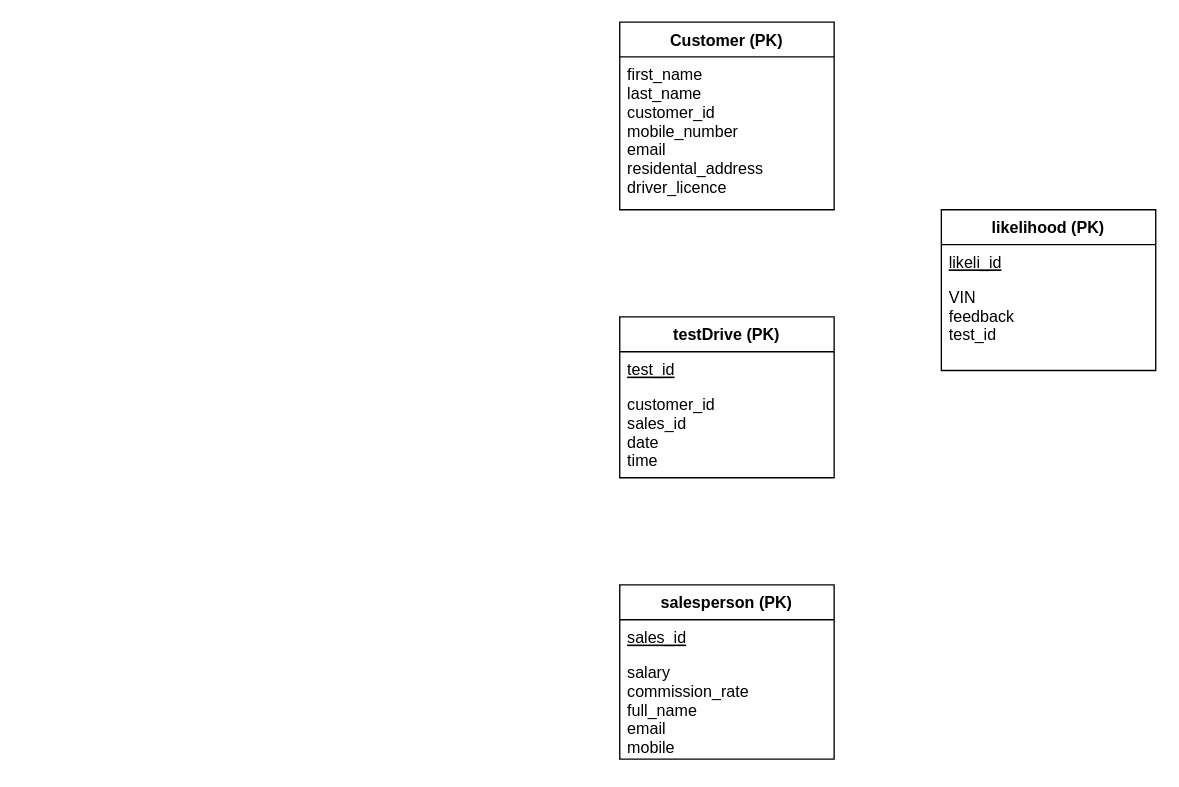
This is 未命名绘图.drawio from Syrus-jpg/LeetCode, a draw.io file, before an edit. Source tidied: cells renumbered, new cells numbered last; positions are measured from the earlier drawing's top-left corner, leaving out a move shared by most shapes. Both pictures are drawn from the tidied source at 134%, with x=0, y=0 at pixel (619, 21).
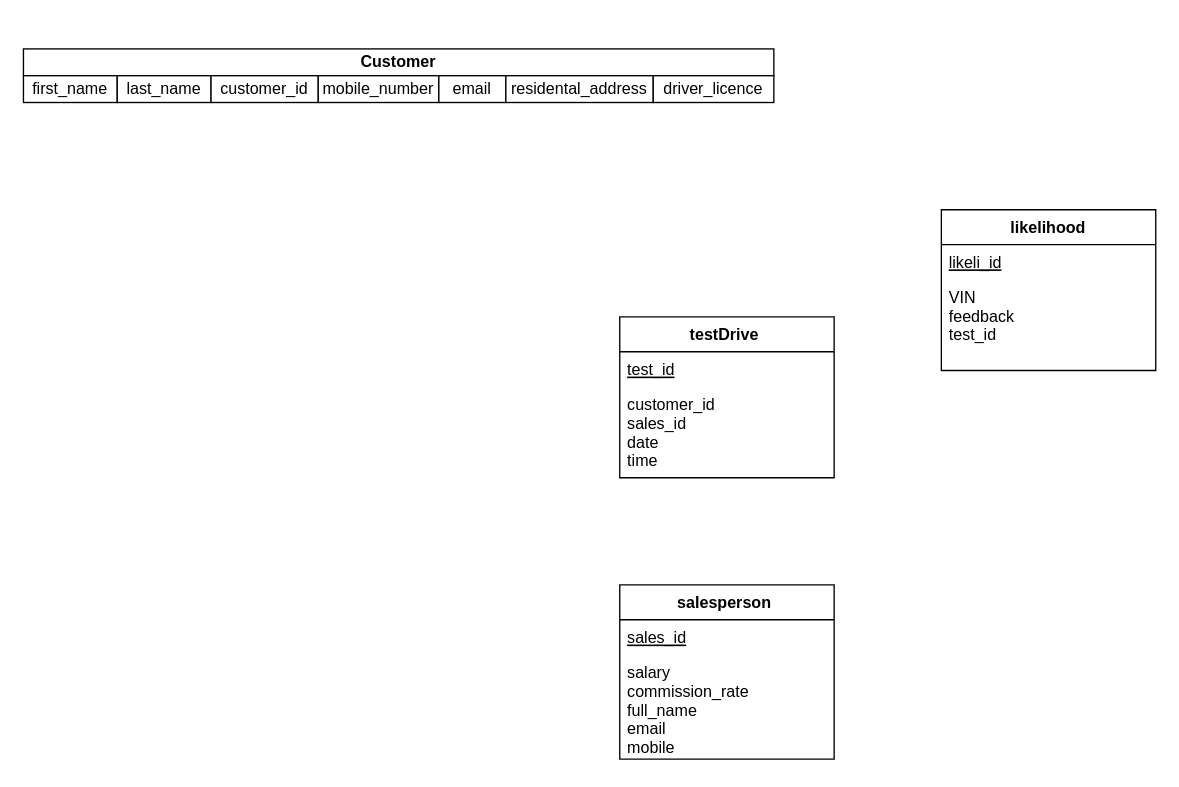
The same diagram, later.

Commit message (it also covers changes not shown here):
更新未命名绘图.drawio

What changed in the source:
```diff
@@
 <mxGraphModel>
   <root>
     <mxCell id="0" />
     <mxCell id="1" parent="0" />
-    <mxCell id="2" value="Customer (PK)" style="swimlane;fontStyle=1;align=center;verticalAlign=top;horizontal=1;startSize=26;rounded=0;shadow=0;strokeWidth=1;" parent="1" vertex="1">
-      <mxGeometry width="160" height="140" as="geometry" />
-    </mxCell>
-    <mxCell id="3" value="first_name&#10;last_name&#10;customer_id&#10;mobile_number&#10;email&#10;residental_address&#10;driver_licence" style="text;align=left;verticalAlign=top;spacingLeft=4;spacingRight=4;overflow=hidden;rounded=0;shadow=0;html=0;" parent="2" vertex="1">
-      <mxGeometry y="26" width="160" height="114" as="geometry" />
-    </mxCell>
-    <mxCell id="4" value="testDrive (PK)" style="swimlane;fontStyle=1;align=center;verticalAlign=top;horizontal=1;startSize=26;rounded=0;shadow=0;strokeWidth=1;" parent="1" vertex="1">
+    <mxCell id="4" value="testDrive " style="swimlane;fontStyle=1;align=center;verticalAlign=top;horizontal=1;startSize=26;rounded=0;shadow=0;strokeWidth=1;" parent="1" vertex="1">
       <mxGeometry y="220" width="160" height="120" as="geometry" />
     </mxCell>
     <mxCell id="5" value="test_id" style="text;align=left;verticalAlign=top;spacingLeft=4;spacingRight=4;overflow=hidden;fontStyle=4;" parent="4" vertex="1">
       <mxGeometry y="26" width="160" height="26" as="geometry" />
     </mxCell>
     <mxCell id="6" value="customer_id&#10;sales_id&#10;date&#10;time" style="text;align=left;verticalAlign=top;spacingLeft=4;spacingRight=4;overflow=hidden;fontStyle=0;" parent="4" vertex="1">
       <mxGeometry y="52" width="160" height="68" as="geometry" />
     </mxCell>
-    <mxCell id="7" value="salesperson (PK)" style="swimlane;fontStyle=1;align=center;verticalAlign=top;horizontal=1;startSize=26;rounded=0;shadow=0;strokeWidth=1;" parent="1" vertex="1">
+    <mxCell id="7" value="salesperson " style="swimlane;fontStyle=1;align=center;verticalAlign=top;horizontal=1;startSize=26;rounded=0;shadow=0;strokeWidth=1;" parent="1" vertex="1">
       <mxGeometry y="420" width="160" height="130" as="geometry" />
     </mxCell>
     <mxCell id="8" value="sales_id" style="text;align=left;verticalAlign=top;spacingLeft=4;spacingRight=4;overflow=hidden;fontStyle=4;" parent="7" vertex="1">
       <mxGeometry y="26" width="160" height="26" as="geometry" />
     </mxCell>
     <mxCell id="9" value="salary&#10;commission_rate&#10;full_name&#10;email&#10;mobile" style="text;align=left;verticalAlign=top;spacingLeft=4;spacingRight=4;overflow=hidden;fontStyle=0;" parent="7" vertex="1">
       <mxGeometry y="52" width="160" height="78" as="geometry" />
     </mxCell>
-    <mxCell id="10" value="likelihood (PK)" style="swimlane;fontStyle=1;align=center;verticalAlign=top;horizontal=1;startSize=26;rounded=0;shadow=0;strokeWidth=1;" parent="1" vertex="1">
+    <mxCell id="10" value="likelihood" style="swimlane;fontStyle=1;align=center;verticalAlign=top;horizontal=1;startSize=26;rounded=0;shadow=0;strokeWidth=1;" parent="1" vertex="1">
       <mxGeometry x="240" y="140" width="160" height="120" as="geometry" />
     </mxCell>
     <mxCell id="11" value="likeli_id" style="text;align=left;verticalAlign=top;spacingLeft=4;spacingRight=4;overflow=hidden;fontStyle=4;" parent="10" vertex="1">
       <mxGeometry y="26" width="160" height="26" as="geometry" />
     </mxCell>
     <mxCell id="12" value="VIN&#10;feedback&#10;test_id" style="text;align=left;verticalAlign=top;spacingLeft=4;spacingRight=4;overflow=hidden;fontStyle=0;" parent="10" vertex="1">
       <mxGeometry y="52" width="160" height="68" as="geometry" />
     </mxCell>
+    <mxCell id="13" value="&lt;b&gt;Customer&lt;/b&gt;" style="rounded=0;whiteSpace=wrap;html=1;" parent="1" vertex="1">
+      <mxGeometry x="-445" y="20" width="560" height="20" as="geometry" />
+    </mxCell>
+    <mxCell id="14" value="first_name" style="rounded=0;whiteSpace=wrap;html=1;" parent="1" vertex="1">
+      <mxGeometry x="-445" y="40" width="70" height="20" as="geometry" />
+    </mxCell>
+    <mxCell id="15" value="last_name" style="rounded=0;whiteSpace=wrap;html=1;" parent="1" vertex="1">
+      <mxGeometry x="-375" y="40" width="70" height="20" as="geometry" />
+    </mxCell>
+    <mxCell id="16" value="customer_id" style="rounded=0;whiteSpace=wrap;html=1;" parent="1" vertex="1">
+      <mxGeometry x="-305" y="40" width="80" height="20" as="geometry" />
+    </mxCell>
+    <mxCell id="17" value="mobile_number" style="rounded=0;whiteSpace=wrap;html=1;" parent="1" vertex="1">
+      <mxGeometry x="-225" y="40" width="90" height="20" as="geometry" />
+    </mxCell>
+    <mxCell id="18" value="email" style="rounded=0;whiteSpace=wrap;html=1;" parent="1" vertex="1">
+      <mxGeometry x="-135" y="40" width="50" height="20" as="geometry" />
+    </mxCell>
+    <mxCell id="19" value="residental_address" style="rounded=0;whiteSpace=wrap;html=1;" parent="1" vertex="1">
+      <mxGeometry x="-85" y="40" width="110" height="20" as="geometry" />
+    </mxCell>
+    <mxCell id="20" value="driver_licence" style="rounded=0;whiteSpace=wrap;html=1;" parent="1" vertex="1">
+      <mxGeometry x="25" y="40" width="90" height="20" as="geometry" />
+    </mxCell>
   </root>
 </mxGraphModel>
```
